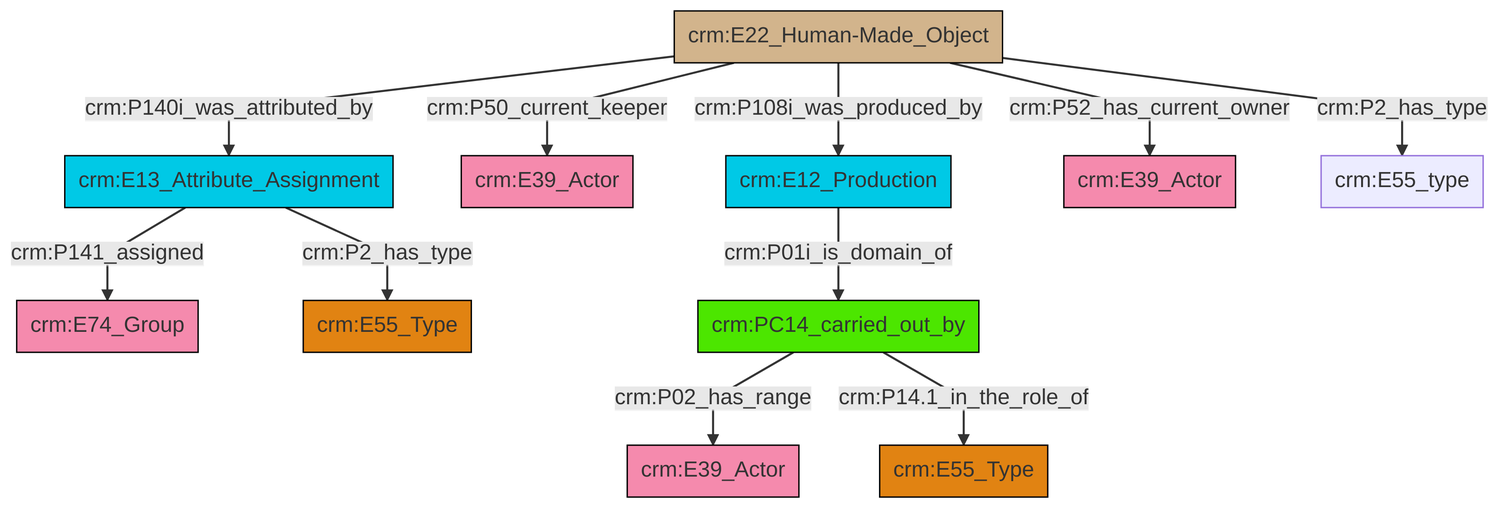
Before: et/artworkCSV/ttl/mmd/png/Artwork_Actor_Relations.png, a diagram exported from Mermaid (swiss-art-research-net/reference-data-models). Its source is kept beside it as et/artworkCSV/ttl/mmd/Artwork_Actor_Relations.ttl.mmd.
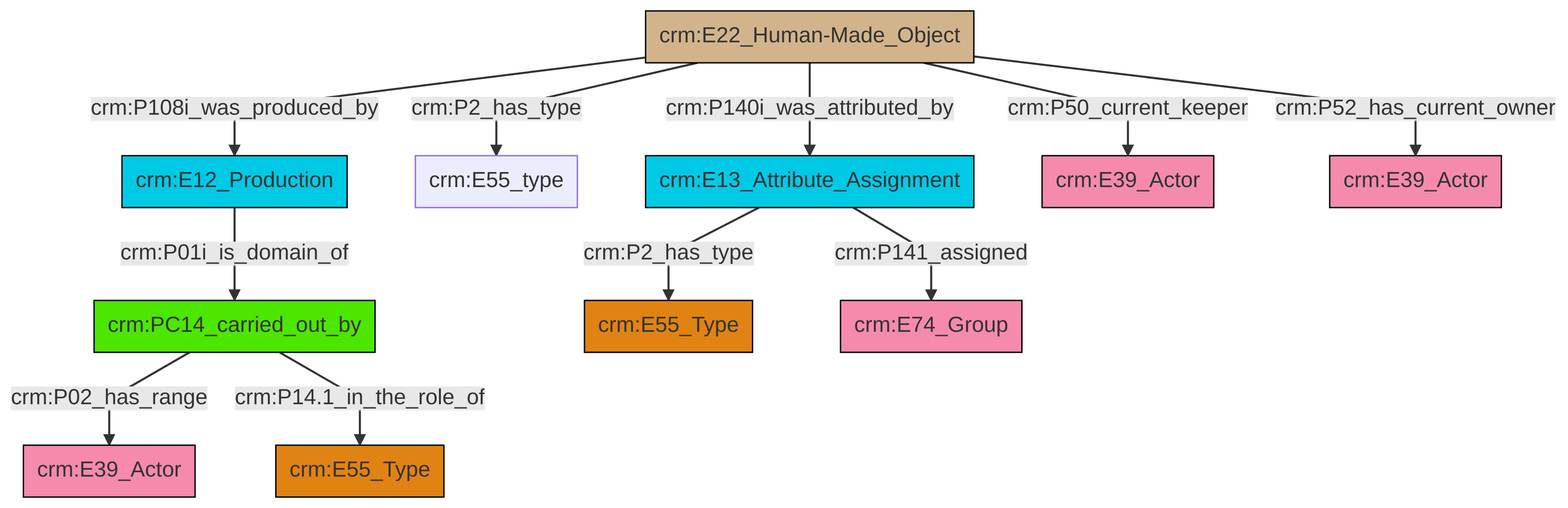
After the commit.

Change to the diagram source:
```diff
@@ -13,13 +13,13 @@
 classDef PC_Classes fill:#4ce600, stroke:#000000;
 classDef Multi fill:#cccccc,stroke:#000000;
 
-0["crm:E22_Human-Made_Object"]:::Physical_Thing -->|crm:P140i_was_attributed_by| 1["crm:E13_Attribute_Assignment"]:::Temporal_Entity
-1["crm:E13_Attribute_Assignment"]:::Temporal_Entity -->|crm:P141_assigned| 2["crm:E74_Group"]:::Actor
-0["crm:E22_Human-Made_Object"]:::Physical_Thing -->|crm:P50_current_keeper| 5["crm:E39_Actor"]:::Actor
-0["crm:E22_Human-Made_Object"]:::Physical_Thing -->|crm:P108i_was_produced_by| 11["crm:E12_Production"]:::Temporal_Entity
-11["crm:E12_Production"]:::Temporal_Entity -->|crm:P01i_is_domain_of| 3["crm:PC14_carried_out_by"]:::PC_Classes
-0["crm:E22_Human-Made_Object"]:::Physical_Thing -->|crm:P52_has_current_owner| 15["crm:E39_Actor"]:::Actor
-1["crm:E13_Attribute_Assignment"]:::Temporal_Entity -->|crm:P2_has_type| 9["crm:E55_Type"]:::Type
-0["crm:E22_Human-Made_Object"]:::Physical_Thing -->|crm:P2_has_type| 19["crm:E55_type"]:::Default
-3["crm:PC14_carried_out_by"]:::PC_Classes -->|crm:P02_has_range| 7["crm:E39_Actor"]:::Actor
-3["crm:PC14_carried_out_by"]:::PC_Classes -->|crm:P14.1_in_the_role_of| 12["crm:E55_Type"]:::Type
+2["crm:E12_Production"]:::Temporal_Entity -->|crm:P01i_is_domain_of| 3["crm:PC14_carried_out_by"]:::PC_Classes
+0["crm:E22_Human-Made_Object"]:::Physical_Thing -->|crm:P140i_was_attributed_by| 8["crm:E13_Attribute_Assignment"]:::Temporal_Entity
+8["crm:E13_Attribute_Assignment"]:::Temporal_Entity -->|crm:P141_assigned| 14["crm:E74_Group"]:::Actor
+3["crm:PC14_carried_out_by"]:::PC_Classes -->|crm:P02_has_range| 9["crm:E39_Actor"]:::Actor
+0["crm:E22_Human-Made_Object"]:::Physical_Thing -->|crm:P108i_was_produced_by| 2["crm:E12_Production"]:::Temporal_Entity
+0["crm:E22_Human-Made_Object"]:::Physical_Thing -->|crm:P50_current_keeper| 15["crm:E39_Actor"]:::Actor
+0["crm:E22_Human-Made_Object"]:::Physical_Thing -->|crm:P2_has_type| 4["crm:E55_type"]:::Default
+0["crm:E22_Human-Made_Object"]:::Physical_Thing -->|crm:P52_has_current_owner| 17["crm:E39_Actor"]:::Actor
+8["crm:E13_Attribute_Assignment"]:::Temporal_Entity -->|crm:P2_has_type| 6["crm:E55_Type"]:::Type
+3["crm:PC14_carried_out_by"]:::PC_Classes -->|crm:P14.1_in_the_role_of| 11["crm:E55_Type"]:::Type
```
